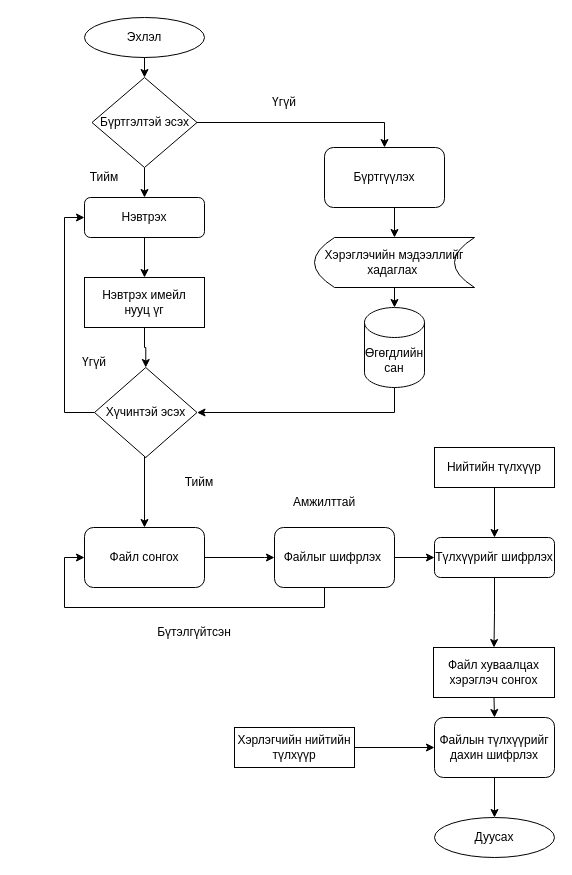
Above: draw.io/delegator.drawio in myagmartseren/pre_report (draw.io), before the change. Source tidied: cells renumbered, new cells numbered last; positions are measured from the earlier drawing's top-left corner, leaving out a move shared by most shapes. Both pictures are drawn from the tidied source at 100%, with x=0, y=0 at pixel (64, 17).
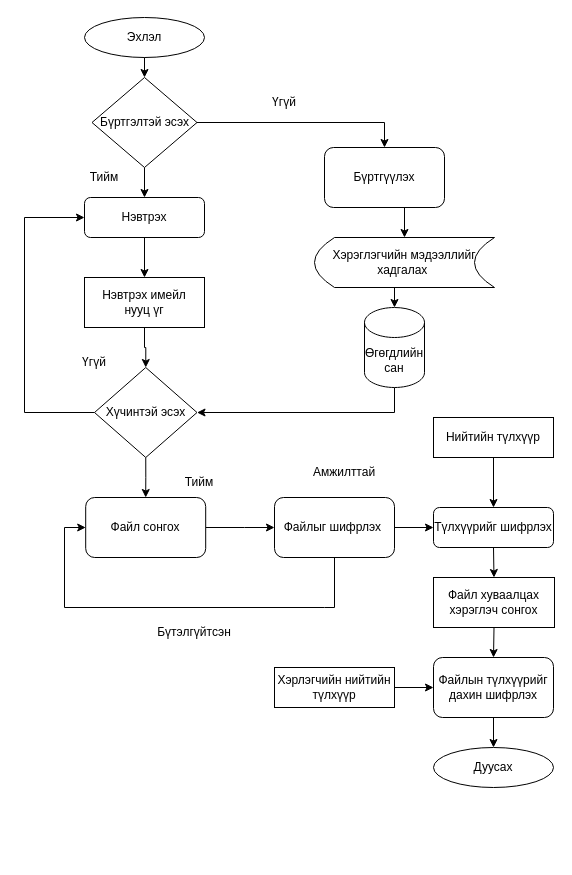
Above is the later version.

The change refers to these unchanged cells:
```xml
<mxCell id="9" value="Нэвтрэх" style="rounded=1;whiteSpace=wrap;html=1;" parent="1" vertex="1">
  <mxGeometry x="20" y="180" width="120" height="40" as="geometry" />
</mxCell>
<mxCell id="14" value="Хүчинтэй эсэх" style="rhombus;whiteSpace=wrap;html=1;" parent="1" vertex="1">
  <mxGeometry x="30" y="350" width="102.5" height="90" as="geometry" />
</mxCell>
```

The edit, as a diff of the source:
```diff
@@
     <mxCell id="12" style="edgeStyle=orthogonalEdgeStyle;rounded=0;jettySize=auto;html=1;exitX=0;exitY=0.5;exitDx=0;exitDy=0;entryX=0;entryY=0.5;entryDx=0;entryDy=0;" parent="1" edge="1" source="14" target="9">
-      <mxGeometry relative="1" as="geometry" />
+      <mxGeometry relative="1" as="geometry">
+        <Array as="points">
+          <mxPoint x="-40" y="395" />
+          <mxPoint x="-40" y="200" />
+        </Array>
+      </mxGeometry>
     </mxCell>
     <mxCell id="13" style="edgeStyle=orthogonalEdgeStyle;rounded=0;jettySize=auto;html=1;exitX=0.5;exitY=1;exitDx=0;exitDy=0;entryX=0.5;entryY=0;entryDx=0;entryDy=0;" parent="1" edge="1" source="14" target="16">
-      <mxGeometry relative="1" as="geometry">
-        <Array as="points">
-          <mxPoint x="80" y="420" />
-        </Array>
-      </mxGeometry>
+      <mxGeometry relative="1" as="geometry" />
     </mxCell>
@@
     <mxCell id="15" style="edgeStyle=orthogonalEdgeStyle;rounded=0;jettySize=auto;html=1;exitX=1;exitY=0.5;exitDx=0;exitDy=0;entryX=0;entryY=0.5;entryDx=0;entryDy=0;" parent="1" edge="1" source="16" target="19">
       <mxGeometry relative="1" as="geometry">
         <Array as="points">
-          <mxPoint x="200" y="540" />
+          <mxPoint x="180" y="510" />
+          <mxPoint x="180" y="510" />
         </Array>
       </mxGeometry>
     </mxCell>
     <mxCell id="16" value="Файл сонгох" style="rounded=1;whiteSpace=wrap;html=1;" parent="1" vertex="1">
-      <mxGeometry x="20" y="510" width="120" height="60" as="geometry" />
+      <mxGeometry x="21.2" y="480" width="120" height="60" as="geometry" />
     </mxCell>
@@
     <mxCell id="19" value="Файлыг шифрлэх&amp;nbsp;" style="rounded=1;whiteSpace=wrap;html=1;" parent="1" vertex="1">
-      <mxGeometry x="210" y="510" width="120" height="60" as="geometry" />
+      <mxGeometry x="210" y="480" width="120" height="60" as="geometry" />
     </mxCell>
@@
     <mxCell id="21" value="Файл хуваалцах хэрэглэч сонгох" style="rounded=0;whiteSpace=wrap;html=1;" parent="1" vertex="1">
-      <mxGeometry x="369" y="630" width="121" height="50" as="geometry" />
+      <mxGeometry x="369" y="560" width="121" height="50" as="geometry" />
     </mxCell>
@@
     <mxCell id="23" value="Файлын түлхүүрийг дахин шифрлэх" style="rounded=1;whiteSpace=wrap;html=1;" parent="1" vertex="1">
-      <mxGeometry x="370" y="700" width="120" height="60" as="geometry" />
+      <mxGeometry x="369" y="640" width="120" height="60" as="geometry" />
     </mxCell>
-    <mxCell id="24" style="edgeStyle=orthogonalEdgeStyle;rounded=0;jettySize=auto;html=1;exitX=0.5;exitY=1;exitDx=0;exitDy=0;" parent="1" edge="1" source="25" target="39">
+    <mxCell id="24" style="edgeStyle=orthogonalEdgeStyle;rounded=0;jettySize=auto;html=1;exitX=0.5;exitY=1;exitDx=0;exitDy=0;entryX=0.5;entryY=0;entryDx=0;entryDy=0;" parent="1" edge="1" source="25" target="39">
       <mxGeometry relative="1" as="geometry" />
     </mxCell>
     <mxCell id="25" value="Нийтийн түлхүүр" style="rounded=0;whiteSpace=wrap;html=1;" parent="1" vertex="1">
-      <mxGeometry x="370" y="430" width="120" height="40" as="geometry" />
+      <mxGeometry x="369" y="400" width="120" height="40" as="geometry" />
     </mxCell>
     <mxCell id="26" value="Дуусах" style="ellipse;whiteSpace=wrap;html=1;" parent="1" vertex="1">
-      <mxGeometry x="370" y="800" width="120" height="40" as="geometry" />
+      <mxGeometry x="369" y="730" width="120" height="40" as="geometry" />
     </mxCell>
@@
-    <mxCell id="31" value="Хэрэглэчийн мэдээллийг хадаглах&amp;nbsp;" style="shape=dataStorage;whiteSpace=wrap;html=1;fixedSize=1;" parent="1" vertex="1">
-      <mxGeometry x="250" y="220" width="160" height="50" as="geometry" />
+    <mxCell id="31" value="Хэрэглэгчийн мэдээллийг хадгалах&amp;nbsp;" style="shape=dataStorage;whiteSpace=wrap;html=1;fixedSize=1;" parent="1" vertex="1">
+      <mxGeometry x="250" y="220" width="180" height="50" as="geometry" />
     </mxCell>
@@
     <mxCell id="37" value="Амжилттай" style="text;strokeColor=none;align=center;fillColor=none;html=1;verticalAlign=middle;whiteSpace=wrap;rounded=0;" parent="1" vertex="1">
-      <mxGeometry x="230" y="470" width="60" height="30" as="geometry" />
+      <mxGeometry x="250" y="440" width="60" height="30" as="geometry" />
     </mxCell>
@@
     <mxCell id="39" value="Түлхүүрийг шифрлэх" style="rounded=1;whiteSpace=wrap;html=1;" parent="1" vertex="1">
-      <mxGeometry x="370" y="520" width="120" height="40" as="geometry" />
+      <mxGeometry x="369" y="490" width="120" height="40" as="geometry" />
     </mxCell>
@@
     <mxCell id="41" value="Хэрлэгчийн нийтийн түлхүүр" style="rounded=0;whiteSpace=wrap;html=1;" parent="1" vertex="1">
-      <mxGeometry x="170" y="710" width="120" height="40" as="geometry" />
+      <mxGeometry x="210" y="650" width="120" height="40" as="geometry" />
     </mxCell>
```
